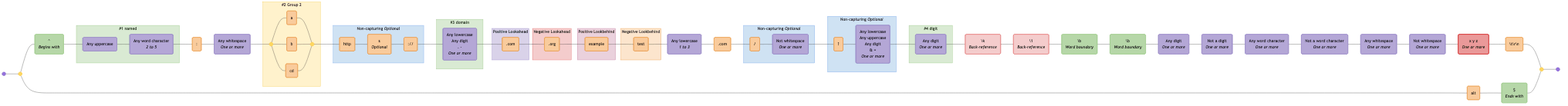
Above: diagrams/comprehensive.mermaid-diagram.png in tayles/regex-to-mermaid (Mermaid), before the change. Its source is kept beside it as diagrams/comprehensive.mermaid.
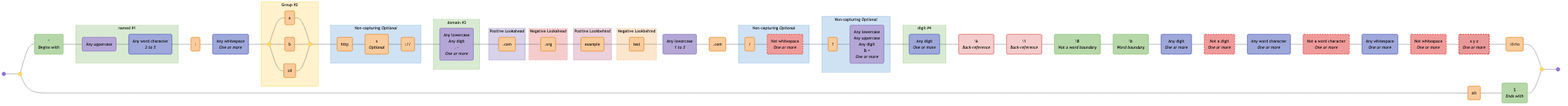
Above is the later version.

Change to the diagram source:
```diff
@@ -8,9 +8,9 @@
   disjunction_end_1:::disjunction@{ shape: f-circ };
   assertion_1("^<br><i>Begins with</i>"):::assertion;
   char_class_1("Any uppercase"):::char-class;
-  char_class_2("Any word character<br><i>2 to 5</i>"):::char-class;
+  char_set_1("Any word character<br><i>2 to 5</i>"):::char-set;
   literal_1(":"):::literal;
-  char_class_3("Any whitespace<br><i>One or more</i>"):::char-class;
+  char_set_2("Any whitespace<br><i>One or more</i>"):::char-set;
   disjunction_begin_2:::disjunction@{ shape: f-circ };
   disjunction_end_2:::disjunction@{ shape: f-circ };
   literal_2("a"):::literal;
@@ -19,39 +19,39 @@
   literal_5("http"):::literal;
   literal_6("s<br><i>Optional</i>"):::literal;
   literal_7(":\/\/"):::literal;
-  char_class_4("Any lowercase<br>Any digit<br>. -<br><i>One or more</i>"):::char-class;
+  char_class_2("Any lowercase<br>Any digit<br>. -<br><i>One or more</i>"):::char-class;
   literal_8("\.com"):::literal;
   literal_9("\.org"):::literal;
   literal_10("example"):::literal;
   literal_11("test"):::literal;
-  char_class_5("Any lowercase<br><i>1 to 3</i>"):::char-class;
+  char_class_3("Any lowercase<br><i>1 to 3</i>"):::char-class;
   literal_12("\.com"):::literal;
   literal_13("\/"):::literal;
-  char_class_6("Not whitespace<br><i>One or more</i>"):::char-class;
+  char_set_3("Not whitespace<br><i>One or more</i>"):::negated-char-set;
   literal_14("\?"):::literal;
-  char_class_7("Any lowercase<br>Any uppercase<br>Any digit<br>& =<br><i>One or more</i>"):::char-class;
-  char_class_8("Any digit<br><i>One or more</i>"):::char-class;
+  char_class_4("Any lowercase<br>Any uppercase<br>Any digit<br>& =<br><i>One or more</i>"):::char-class;
+  char_set_4("Any digit<br><i>One or more</i>"):::char-set;
   back_reference_1("\\k<digit><br><i>Back-reference</i>"):::back-reference;
   back_reference_2("\\1<br><i>Back-reference</i>"):::back-reference;
-  assertion_2("\b<br><i>Word boundary</i>"):::assertion;
+  assertion_2("\B<br><i>Not a word boundary</i>"):::assertion;
   assertion_3("\b<br><i>Word boundary</i>"):::assertion;
-  char_class_9("Any digit<br><i>One or more</i>"):::char-class;
-  char_class_10("Not a digit<br><i>One or more</i>"):::char-class;
-  char_class_11("Any word character<br><i>One or more</i>"):::char-class;
-  char_class_12("Not a word character<br><i>One or more</i>"):::char-class;
-  char_class_13("Any whitespace<br><i>One or more</i>"):::char-class;
-  char_class_14("Not whitespace<br><i>One or more</i>"):::char-class;
-  negated_char_class_1("x y z<br><i>One or more</i>"):::negated-char-class;
+  char_set_5("Any digit<br><i>One or more</i>"):::char-set;
+  char_set_6("Not a digit<br><i>One or more</i>"):::negated-char-set;
+  char_set_7("Any word character<br><i>One or more</i>"):::char-set;
+  char_set_8("Not a word character<br><i>One or more</i>"):::negated-char-set;
+  char_set_9("Any whitespace<br><i>One or more</i>"):::char-set;
+  char_set_10("Not whitespace<br><i>One or more</i>"):::negated-char-set;
+  char_class_5("x y z<br><i>One or more</i>"):::negated-char-class;
   literal_15("\t\r\n"):::literal;
   literal_16("alt"):::literal;
   assertion_4("$<br><i>Ends with</i>"):::assertion;
 
-  subgraph named_capture_1 ["#1 named"]
+  subgraph named_capture_1 ["named #1"]
     char_class_1
-    char_class_2
+    char_set_1
   end
 
-  subgraph standard_1 ["#2 Group 2"]
+  subgraph standard_1 ["Group #2"]
     disjunction_begin_2
     disjunction_end_2
     literal_2
@@ -65,8 +65,8 @@
     literal_7
   end
 
-  subgraph named_capture_2 ["#3 domain"]
-    char_class_4
+  subgraph named_capture_2 ["domain #3"]
+    char_class_2
   end
 
   subgraph positive_lookahead_1 ["Positive Lookahead"]
@@ -87,25 +87,25 @@
 
   subgraph non_capturing_2 ["Non-capturing <i>Optional</i>"]
     literal_13
-    char_class_6
+    char_set_3
   end
 
   subgraph non_capturing_3 ["Non-capturing <i>Optional</i>"]
     literal_14
-    char_class_7
+    char_class_4
   end
 
-  subgraph named_capture_3 ["#4 digit"]
-    char_class_8
+  subgraph named_capture_3 ["digit #4"]
+    char_set_4
   end
 
   start --- disjunction_begin_1;
   disjunction_begin_1 --- assertion_1;
   assertion_1 --- char_class_1;
-  char_class_1 --- char_class_2;
-  char_class_2 --- literal_1;
-  literal_1 --- char_class_3;
-  char_class_3 --- disjunction_begin_2;
+  char_class_1 --- char_set_1;
+  char_set_1 --- literal_1;
+  literal_1 --- char_set_2;
+  char_set_2 --- disjunction_begin_2;
   disjunction_begin_2 --- literal_2;
   literal_2 --- disjunction_end_2;
   disjunction_begin_2 --- literal_3;
@@ -115,30 +115,30 @@
   disjunction_end_2 --- literal_5;
   literal_5 --- literal_6;
   literal_6 --- literal_7;
-  literal_7 --- char_class_4;
-  char_class_4 --- literal_8;
+  literal_7 --- char_class_2;
+  char_class_2 --- literal_8;
   literal_8 --- literal_9;
   literal_9 --- literal_10;
   literal_10 --- literal_11;
-  literal_11 --- char_class_5;
-  char_class_5 --- literal_12;
+  literal_11 --- char_class_3;
+  char_class_3 --- literal_12;
   literal_12 --- literal_13;
-  literal_13 --- char_class_6;
-  char_class_6 --- literal_14;
-  literal_14 --- char_class_7;
-  char_class_7 --- char_class_8;
-  char_class_8 --- back_reference_1;
+  literal_13 --- char_set_3;
+  char_set_3 --- literal_14;
+  literal_14 --- char_class_4;
+  char_class_4 --- char_set_4;
+  char_set_4 --- back_reference_1;
   back_reference_1 --- back_reference_2;
   back_reference_2 --- assertion_2;
   assertion_2 --- assertion_3;
-  assertion_3 --- char_class_9;
-  char_class_9 --- char_class_10;
-  char_class_10 --- char_class_11;
-  char_class_11 --- char_class_12;
-  char_class_12 --- char_class_13;
-  char_class_13 --- char_class_14;
-  char_class_14 --- negated_char_class_1;
-  negated_char_class_1 --- literal_15;
+  assertion_3 --- char_set_5;
+  char_set_5 --- char_set_6;
+  char_set_6 --- char_set_7;
+  char_set_7 --- char_set_8;
+  char_set_8 --- char_set_9;
+  char_set_9 --- char_set_10;
+  char_set_10 --- char_class_5;
+  char_class_5 --- literal_15;
   literal_15 --- disjunction_end_1;
   disjunction_begin_1 --- literal_16;
   literal_16 --- assertion_4;
@@ -148,17 +148,19 @@
   classDef disjunction fill:#FFD966,stroke:#F1C232,color:#000000;
   classDef assertion fill:#B6D7A8,stroke:#93C47D,color:#000000;
   classDef char-class fill:#B4A7D6,stroke:#8E7CC3,color:#000000;
+  classDef char-set fill:#9FA8DA,stroke:#5C6BC0,color:#000000;
   classDef literal fill:#F9CB9C,stroke:#E69138,color:#000000;
+  classDef negated-char-set fill:#EF9A9A,stroke:#E53935,color:#000000,stroke-dasharray: 5 5;
   classDef back-reference fill:#F4CCCC,stroke:#E06666,color:#000000;
-  classDef negated-char-class fill:#EA9999,stroke:#CC0000,color:#000000;
+  classDef negated-char-class fill:#EA9999,stroke:#CC0000,color:#000000,stroke-dasharray: 5 5;
 
   classDef named-capture fill:#D9EAD3,stroke:#93C47D,color:#000000;
   classDef standard fill:#FFF2CC,stroke:#F1C232,color:#000000;
   classDef non-capturing fill:#CFE2F3,stroke:#6D9EEB,color:#000000;
   classDef positive-lookahead fill:#D9D2E9,stroke:#8E7CC3,color:#000000;
-  classDef negative-lookahead fill:#F4CCCC,stroke:#E06666,color:#000000;
+  classDef negative-lookahead fill:#F4CCCC,stroke:#E06666,color:#000000,stroke-dasharray: 5 5;
   classDef positive-lookbehind fill:#EAD1DC,stroke:#C27BA0,color:#000000;
-  classDef negative-lookbehind fill:#FCE5CD,stroke:#E69138,color:#000000;
+  classDef negative-lookbehind fill:#FCE5CD,stroke:#E69138,color:#000000,stroke-dasharray: 5 5;
 
   class named_capture_1,named_capture_2,named_capture_3 named-capture;
   class standard_1 standard;
```
